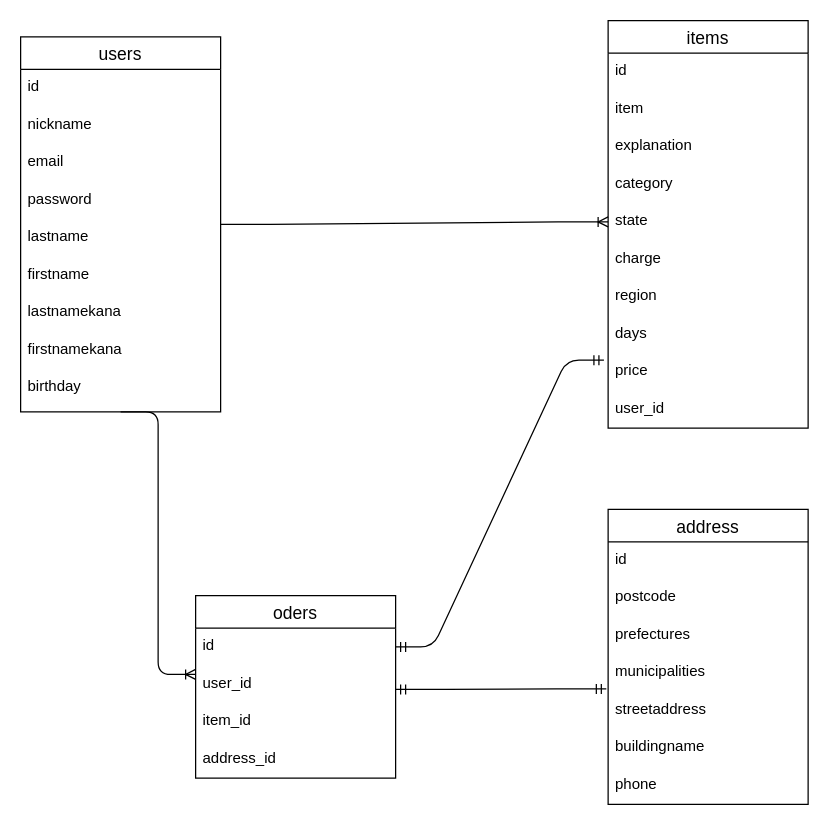
Before: furima.dio in tomoco-h/furima-39522, a draw.io diagram. Source tidied: cells renumbered, new cells numbered last; positions are measured from the earlier drawing's top-left corner, leaving out a move shared by most shapes. Both pictures are drawn from the tidied source at 125%, with x=0, y=0 at pixel (20, 20).
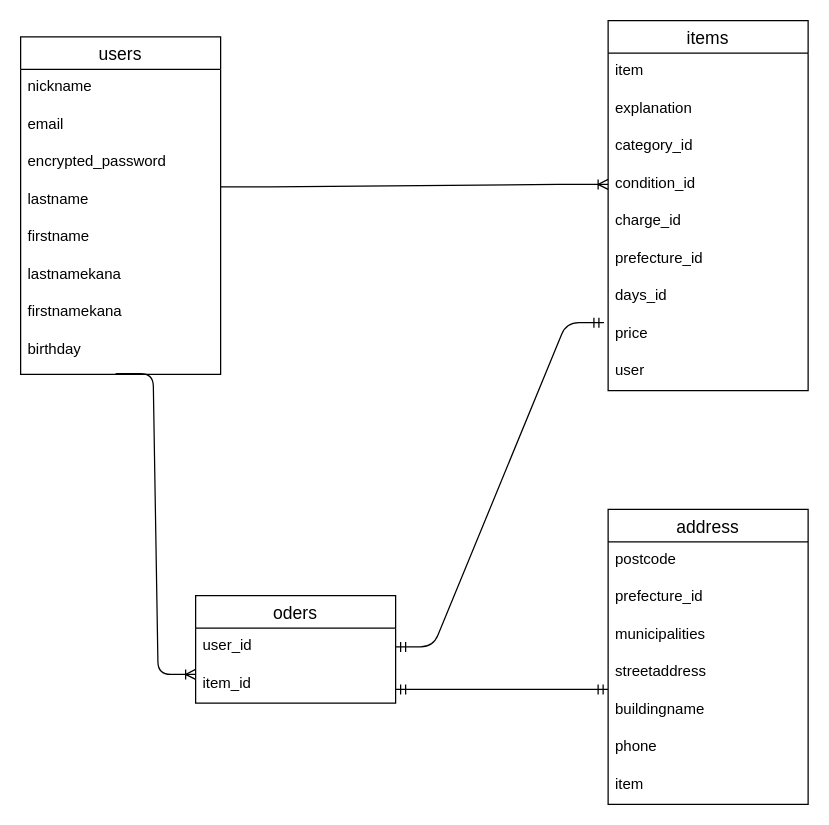
Above is the later version.

Commit message (it also covers changes not shown here):
データベース設計_指摘箇所の修正v1

The change refers to these unchanged cells:
```xml
<mxCell id="29" value="address" style="swimlane;fontStyle=0;horizontal=1;startSize=26;align=center;fontSize=14;" parent="1" vertex="1">
  <mxGeometry x="470" y="391" width="160" height="236" as="geometry" />
</mxCell>
```

The edit, as a diff of the source:
```diff
@@
     <mxCell id="3" value="users" style="swimlane;fontStyle=0;horizontal=1;startSize=26;align=center;fontSize=14;" parent="1" vertex="1">
-      <mxGeometry y="13" width="160" height="300" as="geometry" />
+      <mxGeometry y="13" width="160" height="270" as="geometry" />
     </mxCell>
-    <mxCell id="4" value="id" style="text;strokeColor=none;fillColor=none;spacingLeft=4;spacingRight=4;overflow=hidden;fontSize=12;" parent="3" vertex="1">
-      <mxGeometry y="26" width="160" height="30" as="geometry" />
-    </mxCell>
     <mxCell id="5" value="nickname" style="text;strokeColor=none;fillColor=none;spacingLeft=4;spacingRight=4;overflow=hidden;fontSize=12;" parent="3" vertex="1">
-      <mxGeometry y="56" width="160" height="30" as="geometry" />
+      <mxGeometry y="26" width="160" height="30" as="geometry" />
     </mxCell>
     <mxCell id="6" value="email" style="text;strokeColor=none;fillColor=none;spacingLeft=4;spacingRight=4;overflow=hidden;fontSize=12;" parent="3" vertex="1">
-      <mxGeometry y="86" width="160" height="30" as="geometry" />
+      <mxGeometry y="56" width="160" height="30" as="geometry" />
     </mxCell>
-    <mxCell id="7" value="password" style="text;strokeColor=none;fillColor=none;spacingLeft=4;spacingRight=4;overflow=hidden;fontSize=12;" parent="3" vertex="1">
-      <mxGeometry y="116" width="160" height="30" as="geometry" />
+    <mxCell id="7" value="encrypted_password" style="text;strokeColor=none;fillColor=none;spacingLeft=4;spacingRight=4;overflow=hidden;fontSize=12;" parent="3" vertex="1">
+      <mxGeometry y="86" width="160" height="30" as="geometry" />
     </mxCell>
     <mxCell id="8" value="lastname" style="text;strokeColor=none;fillColor=none;spacingLeft=4;spacingRight=4;overflow=hidden;points=[[0,0.5],[1,0.5]];portConstraint=eastwest;fontSize=12;" parent="3" vertex="1">
-      <mxGeometry y="146" width="160" height="30" as="geometry" />
+      <mxGeometry y="116" width="160" height="30" as="geometry" />
     </mxCell>
     <mxCell id="9" value="firstname" style="text;strokeColor=none;fillColor=none;spacingLeft=4;spacingRight=4;overflow=hidden;fontSize=12;" parent="3" vertex="1">
-      <mxGeometry y="176" width="160" height="30" as="geometry" />
+      <mxGeometry y="146" width="160" height="30" as="geometry" />
     </mxCell>
     <mxCell id="10" value="lastnamekana" style="text;strokeColor=none;fillColor=none;spacingLeft=4;spacingRight=4;overflow=hidden;fontSize=12;" parent="3" vertex="1">
-      <mxGeometry y="206" width="160" height="30" as="geometry" />
+      <mxGeometry y="176" width="160" height="30" as="geometry" />
     </mxCell>
     <mxCell id="11" value="firstnamekana" style="text;strokeColor=none;fillColor=none;spacingLeft=4;spacingRight=4;overflow=hidden;fontSize=12;" parent="3" vertex="1">
-      <mxGeometry y="236" width="160" height="30" as="geometry" />
+      <mxGeometry y="206" width="160" height="30" as="geometry" />
     </mxCell>
     <mxCell id="12" value="birthday" style="text;strokeColor=none;fillColor=none;spacingLeft=4;spacingRight=4;overflow=hidden;points=[[0,0.5],[1,0.5]];portConstraint=eastwest;fontSize=12;" parent="3" vertex="1">
-      <mxGeometry y="266" width="160" height="34" as="geometry" />
+      <mxGeometry y="236" width="160" height="34" as="geometry" />
     </mxCell>
     <mxCell id="13" value="items" style="swimlane;fontStyle=0;horizontal=1;startSize=26;align=center;fontSize=14;" parent="1" vertex="1">
-      <mxGeometry x="470" width="160" height="326" as="geometry" />
+      <mxGeometry x="470" width="160" height="296" as="geometry" />
     </mxCell>
-    <mxCell id="14" value="id" style="text;strokeColor=none;fillColor=none;spacingLeft=4;spacingRight=4;overflow=hidden;fontSize=12;" parent="13" vertex="1">
-      <mxGeometry y="26" width="160" height="30" as="geometry" />
-    </mxCell>
     <mxCell id="15" value="item" style="text;strokeColor=none;fillColor=none;spacingLeft=4;spacingRight=4;overflow=hidden;fontSize=12;" parent="13" vertex="1">
-      <mxGeometry y="56" width="160" height="30" as="geometry" />
+      <mxGeometry y="26" width="160" height="30" as="geometry" />
     </mxCell>
     <mxCell id="16" value="explanation" style="text;strokeColor=none;fillColor=none;spacingLeft=4;spacingRight=4;overflow=hidden;fontSize=12;" parent="13" vertex="1">
-      <mxGeometry y="86" width="160" height="30" as="geometry" />
+      <mxGeometry y="56" width="160" height="30" as="geometry" />
     </mxCell>
-    <mxCell id="17" value="category" style="text;strokeColor=none;fillColor=none;spacingLeft=4;spacingRight=4;overflow=hidden;fontSize=12;" parent="13" vertex="1">
-      <mxGeometry y="116" width="160" height="30" as="geometry" />
+    <mxCell id="17" value="category_id" style="text;strokeColor=none;fillColor=none;spacingLeft=4;spacingRight=4;overflow=hidden;fontSize=12;" parent="13" vertex="1">
+      <mxGeometry y="86" width="160" height="30" as="geometry" />
     </mxCell>
-    <mxCell id="18" value="state" style="text;strokeColor=none;fillColor=none;spacingLeft=4;spacingRight=4;overflow=hidden;points=[[0,0.5],[1,0.5]];portConstraint=eastwest;fontSize=12;" parent="13" vertex="1">
-      <mxGeometry y="146" width="160" height="30" as="geometry" />
+    <mxCell id="18" value="condition_id" style="text;strokeColor=none;fillColor=none;spacingLeft=4;spacingRight=4;overflow=hidden;points=[[0,0.5],[1,0.5]];portConstraint=eastwest;fontSize=12;" parent="13" vertex="1">
+      <mxGeometry y="116" width="160" height="30" as="geometry" />
     </mxCell>
-    <mxCell id="19" value="charge" style="text;strokeColor=none;fillColor=none;spacingLeft=4;spacingRight=4;overflow=hidden;fontSize=12;" parent="13" vertex="1">
-      <mxGeometry y="176" width="160" height="30" as="geometry" />
+    <mxCell id="19" value="charge_id" style="text;strokeColor=none;fillColor=none;spacingLeft=4;spacingRight=4;overflow=hidden;fontSize=12;" parent="13" vertex="1">
+      <mxGeometry y="146" width="160" height="30" as="geometry" />
     </mxCell>
-    <mxCell id="20" value="region" style="text;strokeColor=none;fillColor=none;spacingLeft=4;spacingRight=4;overflow=hidden;fontSize=12;" parent="13" vertex="1">
-      <mxGeometry y="206" width="160" height="30" as="geometry" />
+    <mxCell id="20" value="prefecture_id" style="text;strokeColor=none;fillColor=none;spacingLeft=4;spacingRight=4;overflow=hidden;fontSize=12;" parent="13" vertex="1">
+      <mxGeometry y="176" width="160" height="30" as="geometry" />
     </mxCell>
-    <mxCell id="21" value="days" style="text;strokeColor=none;fillColor=none;spacingLeft=4;spacingRight=4;overflow=hidden;fontSize=12;" parent="13" vertex="1">
-      <mxGeometry y="236" width="160" height="30" as="geometry" />
+    <mxCell id="21" value="days_id " style="text;strokeColor=none;fillColor=none;spacingLeft=4;spacingRight=4;overflow=hidden;fontSize=12;" parent="13" vertex="1">
+      <mxGeometry y="206" width="160" height="30" as="geometry" />
     </mxCell>
     <mxCell id="22" value="price" style="text;strokeColor=none;fillColor=none;spacingLeft=4;spacingRight=4;overflow=hidden;points=[[0,0.5],[1,0.5]];portConstraint=eastwest;fontSize=12;" parent="13" vertex="1">
-      <mxGeometry y="266" width="160" height="30" as="geometry" />
+      <mxGeometry y="236" width="160" height="30" as="geometry" />
     </mxCell>
-    <mxCell id="23" value="user_id" style="text;strokeColor=none;fillColor=none;spacingLeft=4;spacingRight=4;overflow=hidden;fontSize=12;" parent="13" vertex="1">
-      <mxGeometry y="296" width="160" height="30" as="geometry" />
+    <mxCell id="23" value="user" style="text;strokeColor=none;fillColor=none;spacingLeft=4;spacingRight=4;overflow=hidden;fontSize=12;" parent="13" vertex="1">
+      <mxGeometry y="266" width="160" height="30" as="geometry" />
     </mxCell>
     <mxCell id="24" value="oders" style="swimlane;fontStyle=0;horizontal=1;startSize=26;align=center;fontSize=14;" parent="1" vertex="1">
-      <mxGeometry x="140" y="460" width="160" height="146" as="geometry" />
+      <mxGeometry x="140" y="460" width="160" height="86" as="geometry" />
     </mxCell>
-    <mxCell id="25" value="id" style="text;strokeColor=none;fillColor=none;spacingLeft=4;spacingRight=4;overflow=hidden;points=[[0,0.5],[1,0.5]];portConstraint=eastwest;fontSize=12;" parent="24" vertex="1">
-      <mxGeometry y="26" width="160" height="30" as="geometry" />
-    </mxCell>
     <mxCell id="26" value="user_id" style="text;strokeColor=none;fillColor=none;spacingLeft=4;spacingRight=4;overflow=hidden;fontSize=12;" parent="24" vertex="1">
-      <mxGeometry y="56" width="160" height="30" as="geometry" />
+      <mxGeometry y="26" width="160" height="30" as="geometry" />
     </mxCell>
     <mxCell id="27" value="item_id" style="text;strokeColor=none;fillColor=none;spacingLeft=4;spacingRight=4;overflow=hidden;fontSize=12;" parent="24" vertex="1">
-      <mxGeometry y="86" width="160" height="30" as="geometry" />
+      <mxGeometry y="56" width="160" height="30" as="geometry" />
     </mxCell>
-    <mxCell id="28" value="address_id" style="text;strokeColor=none;fillColor=none;spacingLeft=4;spacingRight=4;overflow=hidden;fontSize=12;" parent="24" vertex="1">
-      <mxGeometry y="116" width="160" height="30" as="geometry" />
-    </mxCell>
@@
-    <mxCell id="30" value="id" style="text;strokeColor=none;fillColor=none;spacingLeft=4;spacingRight=4;overflow=hidden;fontSize=12;" parent="29" vertex="1">
-      <mxGeometry y="26" width="160" height="30" as="geometry" />
-    </mxCell>
     <mxCell id="31" value="postcode" style="text;strokeColor=none;fillColor=none;spacingLeft=4;spacingRight=4;overflow=hidden;fontSize=12;" parent="29" vertex="1">
-      <mxGeometry y="56" width="160" height="30" as="geometry" />
+      <mxGeometry y="26" width="160" height="30" as="geometry" />
     </mxCell>
-    <mxCell id="32" value="prefectures" style="text;strokeColor=none;fillColor=none;spacingLeft=4;spacingRight=4;overflow=hidden;fontSize=12;" parent="29" vertex="1">
-      <mxGeometry y="86" width="160" height="30" as="geometry" />
+    <mxCell id="32" value="prefecture_id" style="text;strokeColor=none;fillColor=none;spacingLeft=4;spacingRight=4;overflow=hidden;fontSize=12;" parent="29" vertex="1">
+      <mxGeometry y="56" width="160" height="30" as="geometry" />
     </mxCell>
     <mxCell id="33" value="municipalities" style="text;strokeColor=none;fillColor=none;spacingLeft=4;spacingRight=4;overflow=hidden;fontSize=12;" parent="29" vertex="1">
-      <mxGeometry y="116" width="160" height="30" as="geometry" />
+      <mxGeometry y="86" width="160" height="30" as="geometry" />
     </mxCell>
     <mxCell id="34" value="streetaddress" style="text;strokeColor=none;fillColor=none;spacingLeft=4;spacingRight=4;overflow=hidden;points=[[0,0.5],[1,0.5]];portConstraint=eastwest;fontSize=12;" parent="29" vertex="1">
-      <mxGeometry y="146" width="160" height="30" as="geometry" />
+      <mxGeometry y="116" width="160" height="30" as="geometry" />
     </mxCell>
     <mxCell id="35" value="buildingname" style="text;strokeColor=none;fillColor=none;spacingLeft=4;spacingRight=4;overflow=hidden;fontSize=12;" parent="29" vertex="1">
-      <mxGeometry y="176" width="160" height="30" as="geometry" />
+      <mxGeometry y="146" width="160" height="30" as="geometry" />
     </mxCell>
     <mxCell id="36" value="phone" style="text;strokeColor=none;fillColor=none;spacingLeft=4;spacingRight=4;overflow=hidden;fontSize=12;" parent="29" vertex="1">
-      <mxGeometry y="206" width="160" height="30" as="geometry" />
+      <mxGeometry y="176" width="160" height="30" as="geometry" />
     </mxCell>
+    <mxCell id="41" value="item" style="text;strokeColor=none;fillColor=none;spacingLeft=4;spacingRight=4;overflow=hidden;fontSize=12;" parent="29" vertex="1">
+      <mxGeometry y="206" width="160" height="30" as="geometry" />
+    </mxCell>
@@
-    <mxCell id="38" style="edgeStyle=entityRelationEdgeStyle;fontSize=12;html=1;endArrow=ERoneToMany;" parent="1" edge="1">
+    <mxCell id="38" style="edgeStyle=entityRelationEdgeStyle;fontSize=12;html=1;endArrow=ERoneToMany;exitX=0.475;exitY=0.982;exitDx=0;exitDy=0;exitPerimeter=0;" parent="1" edge="1" source="12">
       <mxGeometry relative="1" as="geometry">
-        <mxPoint x="80" y="313" as="sourcePoint" />
         <mxPoint x="140" y="523" as="targetPoint" />
       </mxGeometry>
     </mxCell>
-    <mxCell id="39" style="edgeStyle=entityRelationEdgeStyle;fontSize=12;html=1;endArrow=ERmandOne;startArrow=ERmandOne;entryX=-0.021;entryY=0.187;entryDx=0;entryDy=0;entryPerimeter=0;exitX=1;exitY=0.5;exitDx=0;exitDy=0;" parent="1" edge="1" source="25" target="22">
-      <mxGeometry relative="1" as="geometry" />
+    <mxCell id="39" style="edgeStyle=entityRelationEdgeStyle;fontSize=12;html=1;endArrow=ERmandOne;startArrow=ERmandOne;entryX=-0.021;entryY=0.187;entryDx=0;entryDy=0;entryPerimeter=0;exitX=1;exitY=0.5;exitDx=0;exitDy=0;" parent="1" edge="1" target="22">
+      <mxGeometry relative="1" as="geometry">
+        <mxPoint x="300" y="501" as="sourcePoint" />
+      </mxGeometry>
     </mxCell>
-    <mxCell id="40" style="edgeStyle=entityRelationEdgeStyle;fontSize=12;html=1;endArrow=ERmandOne;startArrow=ERmandOne;entryX=-0.009;entryY=-0.08;entryDx=0;entryDy=0;entryPerimeter=0;" parent="1" edge="1" target="34">
+    <mxCell id="40" style="edgeStyle=entityRelationEdgeStyle;fontSize=12;html=1;endArrow=ERmandOne;startArrow=ERmandOne;" parent="1" edge="1">
       <mxGeometry relative="1" as="geometry">
         <mxPoint x="300" y="535" as="sourcePoint" />
+        <mxPoint x="470" y="535" as="targetPoint" />
       </mxGeometry>
     </mxCell>
```
